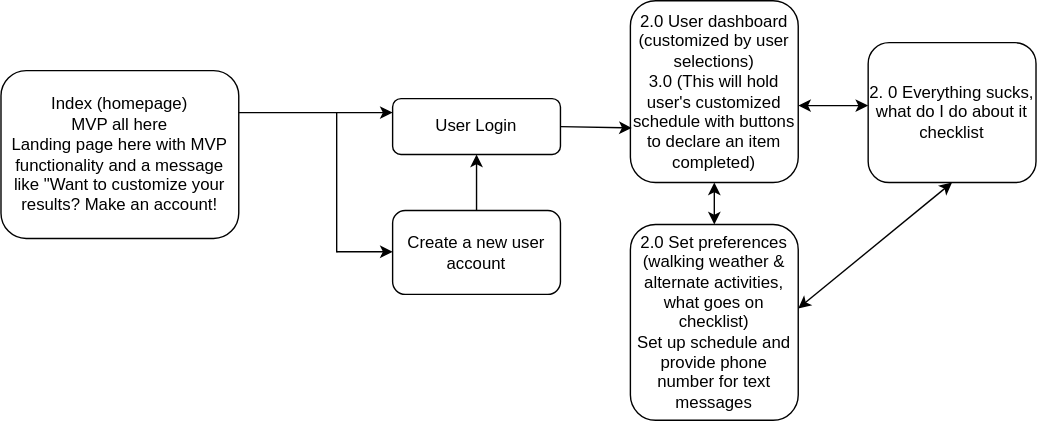
Before: User Flow Diagram.drawio.svg, a diagram exported from draw.io (CovenantHuman/user-flow-diagram). Source tidied: cells renumbered, new cells last; positions are measured from the earlier drawing's top-left corner, leaving out a move shared by most shapes.
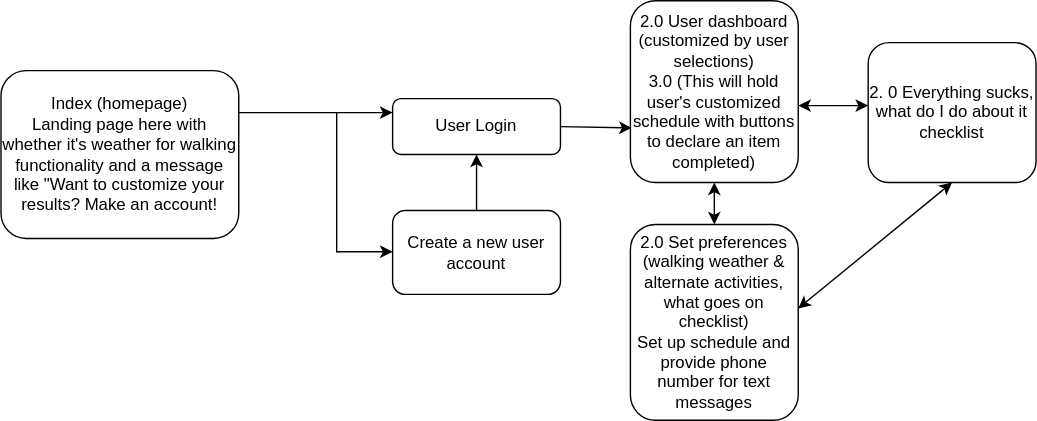
After the change.

What changed in the source:
```diff
@@ -2,7 +2,7 @@
   <root>
     <mxCell id="0" />
     <mxCell id="1" parent="0" />
-    <mxCell id="2" value="Index (homepage)&lt;br&gt;MVP all here&lt;br&gt;Landing page here with MVP functionality and a message like &quot;Want to customize your results? Make an account!" style="rounded=1;whiteSpace=wrap;html=1;fontSize=12;glass=0;strokeWidth=1;shadow=0;" parent="1" vertex="1">
+    <mxCell id="2" value="Index (homepage)&lt;br&gt;Landing page here with whether it's weather for walking functionality and a message like &quot;Want to customize your results? Make an account!" style="rounded=1;whiteSpace=wrap;html=1;fontSize=12;glass=0;strokeWidth=1;shadow=0;" parent="1" vertex="1">
       <mxGeometry y="50" width="170" height="120" as="geometry" />
     </mxCell>
     <mxCell id="3" value="User Login" style="rounded=1;whiteSpace=wrap;html=1;fontSize=12;glass=0;strokeWidth=1;shadow=0;" parent="1" vertex="1">
```
